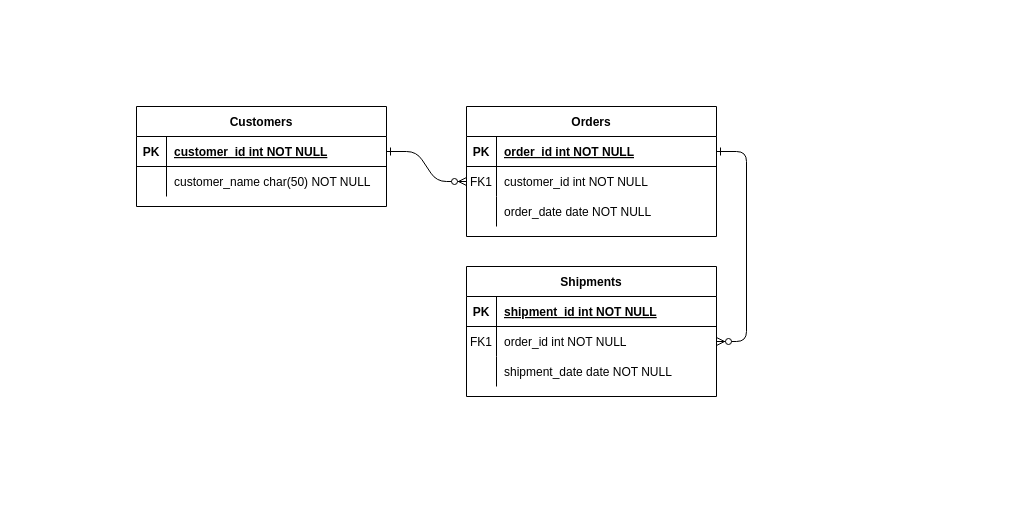
Before: Untitled Diagram.drawio in RaisaNM/Diamond-Collector-PRG4-eindopdracht, a draw.io diagram. Source tidied: cells renumbered, new cells numbered last; positions are measured from the earlier drawing's top-left corner, leaving out a move shared by most shapes. Both pictures are drawn from the tidied source at 100%, with x=0, y=0 at pixel (136, 106).
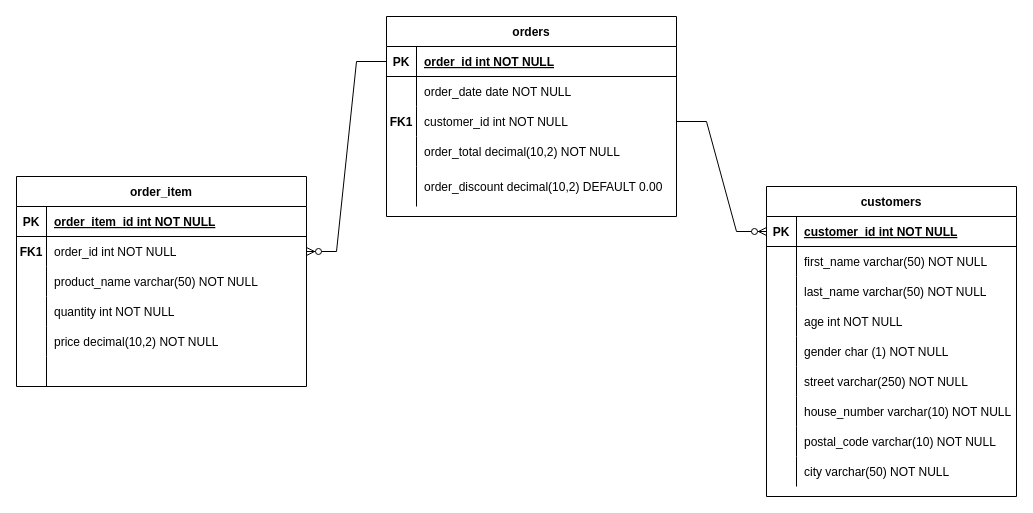
The same page after the edit.

The change refers to these unchanged cells:
```xml
<mxCell id="25" style="shape=partialRectangle;fillColor=none;points=[[0,0.5],[1,0.5]];portConstraint=eastwest;top=0;left=0;right=0;bottom=1;" parent="24" vertex="1">
  <mxGeometry y="30" width="250" height="30" as="geometry" />
</mxCell>
<mxCell id="28" style="shape=partialRectangle;fillColor=none;top=0;left=0;right=0;bottom=0;" parent="24" vertex="1">
  <mxGeometry y="60" width="250" height="30" as="geometry" />
</mxCell>
```

The edit, as a diff of the source:
```diff
@@
-    <mxCell id="2" style="edgeStyle=entityRelationEdgeStyle;endArrow=ERzeroToMany;startArrow=ERone;endFill=1;startFill=0;" parent="1" edge="1" source="25" target="8">
-      <mxGeometry relative="1" as="geometry" />
-    </mxCell>
-    <mxCell id="3" style="edgeStyle=entityRelationEdgeStyle;endArrow=ERzeroToMany;startArrow=ERone;endFill=1;startFill=0;" parent="1" edge="1" source="5" target="18">
-      <mxGeometry relative="1" as="geometry" />
-    </mxCell>
-    <mxCell id="4" value="Orders" style="shape=table;startSize=30;childLayout=tableLayout;rowLines=0;fontStyle=1;align=center;" parent="1" vertex="1">
-      <mxGeometry x="330" width="250" height="130" as="geometry" />
+    <mxCell id="4" value="orders" style="shape=table;startSize=30;childLayout=tableLayout;rowLines=0;fontStyle=1;align=center;" parent="1" vertex="1">
+      <mxGeometry x="250" y="-90" width="290" height="200" as="geometry" />
     </mxCell>
     <mxCell id="5" style="shape=partialRectangle;fillColor=none;points=[[0,0.5],[1,0.5]];portConstraint=eastwest;top=0;left=0;right=0;bottom=1;" parent="4" vertex="1">
-      <mxGeometry y="30" width="250" height="30" as="geometry" />
+      <mxGeometry y="30" width="290" height="30" as="geometry" />
     </mxCell>
@@
     <mxCell id="7" value="order_id int NOT NULL " style="shape=partialRectangle;overflow=hidden;fillColor=none;top=0;left=0;bottom=0;right=0;align=left;spacingLeft=6;fontStyle=5;" parent="5" vertex="1">
-      <mxGeometry x="30" width="220" height="30" as="geometry" />
+      <mxGeometry x="30" width="260" height="30" as="geometry" />
     </mxCell>
     <mxCell id="8" style="shape=partialRectangle;fillColor=none;points=[[0,0.5],[1,0.5]];portConstraint=eastwest;top=0;left=0;right=0;bottom=0;" parent="4" vertex="1">
-      <mxGeometry y="60" width="250" height="30" as="geometry" />
+      <mxGeometry y="60" width="290" height="30" as="geometry" />
     </mxCell>
-    <mxCell id="9" value="FK1" style="shape=partialRectangle;overflow=hidden;fillColor=none;top=0;left=0;bottom=0;right=0;" parent="8" vertex="1">
+    <mxCell id="9" style="shape=partialRectangle;overflow=hidden;fillColor=none;top=0;left=0;bottom=0;right=0;" parent="8" vertex="1">
       <mxGeometry width="30" height="30" as="geometry" />
     </mxCell>
-    <mxCell id="10" value="customer_id int NOT NULL" style="shape=partialRectangle;overflow=hidden;fillColor=none;top=0;left=0;bottom=0;right=0;align=left;spacingLeft=6;" parent="8" vertex="1">
-      <mxGeometry x="30" width="220" height="30" as="geometry" />
+    <mxCell id="10" value="order_date date NOT NULL" style="shape=partialRectangle;overflow=hidden;fillColor=none;top=0;left=0;bottom=0;right=0;align=left;spacingLeft=6;" parent="8" vertex="1">
+      <mxGeometry x="30" width="260" height="30" as="geometry" />
     </mxCell>
     <mxCell id="11" style="shape=partialRectangle;fillColor=none;points=[[0,0.5],[1,0.5]];portConstraint=eastwest;top=0;left=0;right=0;bottom=0;" parent="4" vertex="1">
-      <mxGeometry y="90" width="250" height="30" as="geometry" />
+      <mxGeometry y="90" width="290" height="30" as="geometry" />
     </mxCell>
-    <mxCell id="12" style="shape=partialRectangle;overflow=hidden;fillColor=none;top=0;left=0;bottom=0;right=0;" parent="11" vertex="1">
+    <mxCell id="12" value="FK1" style="shape=partialRectangle;overflow=hidden;fillColor=none;top=0;left=0;bottom=0;right=0;fontStyle=1;" parent="11" vertex="1">
       <mxGeometry width="30" height="30" as="geometry" />
     </mxCell>
-    <mxCell id="13" value="order_date date NOT NULL" style="shape=partialRectangle;overflow=hidden;fillColor=none;top=0;left=0;bottom=0;right=0;align=left;spacingLeft=6;" parent="11" vertex="1">
-      <mxGeometry x="30" width="220" height="30" as="geometry" />
+    <mxCell id="13" value="customer_id int NOT NULL" style="shape=partialRectangle;overflow=hidden;fillColor=none;top=0;left=0;bottom=0;right=0;align=left;spacingLeft=6;" parent="11" vertex="1">
+      <mxGeometry x="30" width="260" height="30" as="geometry" />
     </mxCell>
+    <mxCell id="31" style="shape=partialRectangle;fillColor=none;top=0;left=0;right=0;bottom=0;" parent="4" vertex="1">
+      <mxGeometry y="120" width="290" height="30" as="geometry" />
+    </mxCell>
+    <mxCell id="32" style="shape=partialRectangle;overflow=hidden;fillColor=none;top=0;left=0;bottom=0;right=0;" parent="31" vertex="1">
+      <mxGeometry width="30" height="30" as="geometry" />
+    </mxCell>
+    <mxCell id="33" value="order_total decimal(10,2) NOT NULL" style="shape=partialRectangle;overflow=hidden;fillColor=none;top=0;left=0;bottom=0;right=0;align=left;spacingLeft=6;" parent="31" vertex="1">
+      <mxGeometry x="30" width="260" height="30" as="geometry" />
+    </mxCell>
+    <mxCell id="34" style="shape=partialRectangle;fillColor=none;top=0;left=0;right=0;bottom=0;" parent="4" vertex="1">
+      <mxGeometry y="150" width="290" height="40" as="geometry" />
+    </mxCell>
+    <mxCell id="35" style="shape=partialRectangle;overflow=hidden;fillColor=none;top=0;left=0;bottom=0;right=0;" parent="34" vertex="1">
+      <mxGeometry width="30" height="40" as="geometry" />
+    </mxCell>
+    <mxCell id="36" value="order_discount decimal(10,2) DEFAULT 0.00" style="shape=partialRectangle;overflow=hidden;fillColor=none;top=0;left=0;bottom=0;right=0;align=left;spacingLeft=6;" parent="34" vertex="1">
+      <mxGeometry x="30" width="260" height="40" as="geometry" />
+    </mxCell>
-    <mxCell id="14" value="Shipments" style="shape=table;startSize=30;childLayout=tableLayout;rowLines=0;fontStyle=1;align=center;" parent="1" vertex="1">
-      <mxGeometry x="330" y="160" width="250" height="130" as="geometry" />
+    <mxCell id="14" value="order_item" style="shape=table;startSize=30;childLayout=tableLayout;rowLines=0;fontStyle=1;align=center;" parent="1" vertex="1">
+      <mxGeometry x="-120" y="70" width="290" height="210" as="geometry" />
     </mxCell>
     <mxCell id="15" style="shape=partialRectangle;fillColor=none;top=0;left=0;right=0;bottom=1;" parent="14" vertex="1">
-      <mxGeometry y="30" width="250" height="30" as="geometry" />
+      <mxGeometry y="30" width="290" height="30" as="geometry" />
     </mxCell>
@@
-    <mxCell id="17" value="shipment_id int NOT NULL " style="shape=partialRectangle;overflow=hidden;fillColor=none;top=0;left=0;bottom=0;right=0;align=left;spacingLeft=6;fontStyle=5;" parent="15" vertex="1">
-      <mxGeometry x="30" width="220" height="30" as="geometry" />
+    <mxCell id="17" value="order_item_id int NOT NULL" style="shape=partialRectangle;overflow=hidden;fillColor=none;top=0;left=0;bottom=0;right=0;align=left;spacingLeft=6;fontStyle=5;" parent="15" vertex="1">
+      <mxGeometry x="30" width="260" height="30" as="geometry" />
     </mxCell>
     <mxCell id="18" style="shape=partialRectangle;fillColor=none;points=[[0,0.5],[1,0.5]];portConstraint=eastwest;top=0;left=0;right=0;bottom=0;" parent="14" vertex="1">
-      <mxGeometry y="60" width="250" height="30" as="geometry" />
+      <mxGeometry y="60" width="290" height="30" as="geometry" />
     </mxCell>
-    <mxCell id="19" value="FK1" style="shape=partialRectangle;overflow=hidden;fillColor=none;top=0;left=0;bottom=0;right=0;" parent="18" vertex="1">
+    <mxCell id="19" value="FK1" style="shape=partialRectangle;overflow=hidden;fillColor=none;top=0;left=0;bottom=0;right=0;fontStyle=1;" parent="18" vertex="1">
       <mxGeometry width="30" height="30" as="geometry" />
     </mxCell>
     <mxCell id="20" value="order_id int NOT NULL" style="shape=partialRectangle;overflow=hidden;fillColor=none;top=0;left=0;bottom=0;right=0;align=left;spacingLeft=6;" parent="18" vertex="1">
-      <mxGeometry x="30" width="220" height="30" as="geometry" />
+      <mxGeometry x="30" width="260" height="30" as="geometry" />
     </mxCell>
     <mxCell id="21" style="shape=partialRectangle;fillColor=none;top=0;left=0;right=0;bottom=0;" parent="14" vertex="1">
-      <mxGeometry y="90" width="250" height="30" as="geometry" />
+      <mxGeometry y="90" width="290" height="30" as="geometry" />
     </mxCell>
@@
-    <mxCell id="23" value="shipment_date date NOT NULL" style="shape=partialRectangle;overflow=hidden;fillColor=none;top=0;left=0;bottom=0;right=0;align=left;spacingLeft=6;" parent="21" vertex="1">
-      <mxGeometry x="30" width="220" height="30" as="geometry" />
+    <mxCell id="23" value="product_name varchar(50) NOT NULL" style="shape=partialRectangle;overflow=hidden;fillColor=none;top=0;left=0;bottom=0;right=0;align=left;spacingLeft=6;" parent="21" vertex="1">
+      <mxGeometry x="30" width="260" height="30" as="geometry" />
     </mxCell>
+    <mxCell id="37" style="shape=partialRectangle;fillColor=none;top=0;left=0;right=0;bottom=0;" parent="14" vertex="1">
+      <mxGeometry y="120" width="290" height="30" as="geometry" />
+    </mxCell>
+    <mxCell id="38" style="shape=partialRectangle;overflow=hidden;fillColor=none;top=0;left=0;bottom=0;right=0;" parent="37" vertex="1">
+      <mxGeometry width="30" height="30" as="geometry" />
+    </mxCell>
+    <mxCell id="39" value="quantity int NOT NULL" style="shape=partialRectangle;overflow=hidden;fillColor=none;top=0;left=0;bottom=0;right=0;align=left;spacingLeft=6;" parent="37" vertex="1">
+      <mxGeometry x="30" width="260" height="30" as="geometry" />
+    </mxCell>
+    <mxCell id="40" style="shape=partialRectangle;fillColor=none;top=0;left=0;right=0;bottom=0;" parent="14" vertex="1">
+      <mxGeometry y="150" width="290" height="30" as="geometry" />
+    </mxCell>
+    <mxCell id="41" style="shape=partialRectangle;overflow=hidden;fillColor=none;top=0;left=0;bottom=0;right=0;" parent="40" vertex="1">
+      <mxGeometry width="30" height="30" as="geometry" />
+    </mxCell>
+    <mxCell id="42" value="price decimal(10,2) NOT NULL" style="shape=partialRectangle;overflow=hidden;fillColor=none;top=0;left=0;bottom=0;right=0;align=left;spacingLeft=6;" parent="40" vertex="1">
+      <mxGeometry x="30" width="260" height="30" as="geometry" />
+    </mxCell>
+    <mxCell id="43" style="shape=partialRectangle;fillColor=none;top=0;left=0;right=0;bottom=0;" parent="14" vertex="1">
+      <mxGeometry y="180" width="290" height="30" as="geometry" />
+    </mxCell>
+    <mxCell id="44" style="shape=partialRectangle;overflow=hidden;fillColor=none;top=0;left=0;bottom=0;right=0;" parent="43" vertex="1">
+      <mxGeometry width="30" height="30" as="geometry" />
+    </mxCell>
+    <mxCell id="45" style="shape=partialRectangle;overflow=hidden;fillColor=none;top=0;left=0;bottom=0;right=0;align=left;spacingLeft=6;" parent="43" vertex="1">
+      <mxGeometry x="30" width="260" height="30" as="geometry" />
+    </mxCell>
-    <mxCell id="24" value="Customers" style="shape=table;startSize=30;childLayout=tableLayout;rowLines=0;fontStyle=1;align=center;" parent="1" vertex="1">
-      <mxGeometry width="250" height="100" as="geometry" />
+    <mxCell id="24" value="customers" style="shape=table;startSize=30;childLayout=tableLayout;rowLines=0;fontStyle=1;align=center;" parent="1" vertex="1">
+      <mxGeometry x="630" y="80" width="250" height="310" as="geometry" />
     </mxCell>
@@
-    <mxCell id="30" value="customer_name char(50) NOT NULL" style="shape=partialRectangle;overflow=hidden;fillColor=none;top=0;left=0;bottom=0;right=0;align=left;spacingLeft=6;" parent="28" vertex="1">
+    <mxCell id="30" value="first_name varchar(50) NOT NULL" style="shape=partialRectangle;overflow=hidden;fillColor=none;top=0;left=0;bottom=0;right=0;align=left;spacingLeft=6;" parent="28" vertex="1">
       <mxGeometry x="30" width="220" height="30" as="geometry" />
     </mxCell>
+    <mxCell id="46" style="shape=partialRectangle;fillColor=none;top=0;left=0;right=0;bottom=0;" parent="24" vertex="1">
+      <mxGeometry y="90" width="250" height="30" as="geometry" />
+    </mxCell>
+    <mxCell id="47" style="shape=partialRectangle;overflow=hidden;fillColor=none;top=0;left=0;bottom=0;right=0;" parent="46" vertex="1">
+      <mxGeometry width="30" height="30" as="geometry" />
+    </mxCell>
+    <mxCell id="48" value="last_name varchar(50) NOT NULL" style="shape=partialRectangle;overflow=hidden;fillColor=none;top=0;left=0;bottom=0;right=0;align=left;spacingLeft=6;" parent="46" vertex="1">
+      <mxGeometry x="30" width="220" height="30" as="geometry" />
+    </mxCell>
+    <mxCell id="49" style="shape=partialRectangle;fillColor=none;top=0;left=0;right=0;bottom=0;" parent="24" vertex="1">
+      <mxGeometry y="120" width="250" height="30" as="geometry" />
+    </mxCell>
+    <mxCell id="50" style="shape=partialRectangle;overflow=hidden;fillColor=none;top=0;left=0;bottom=0;right=0;" parent="49" vertex="1">
+      <mxGeometry width="30" height="30" as="geometry" />
+    </mxCell>
+    <mxCell id="51" value="age int NOT NULL" style="shape=partialRectangle;overflow=hidden;fillColor=none;top=0;left=0;bottom=0;right=0;align=left;spacingLeft=6;" parent="49" vertex="1">
+      <mxGeometry x="30" width="220" height="30" as="geometry" />
+    </mxCell>
+    <mxCell id="52" style="shape=partialRectangle;fillColor=none;top=0;left=0;right=0;bottom=0;" parent="24" vertex="1">
+      <mxGeometry y="150" width="250" height="30" as="geometry" />
+    </mxCell>
+    <mxCell id="53" style="shape=partialRectangle;overflow=hidden;fillColor=none;top=0;left=0;bottom=0;right=0;" parent="52" vertex="1">
+      <mxGeometry width="30" height="30" as="geometry" />
+    </mxCell>
+    <mxCell id="54" value="gender char (1) NOT NULL" style="shape=partialRectangle;overflow=hidden;fillColor=none;top=0;left=0;bottom=0;right=0;align=left;spacingLeft=6;" parent="52" vertex="1">
+      <mxGeometry x="30" width="220" height="30" as="geometry" />
+    </mxCell>
+    <mxCell id="55" style="shape=partialRectangle;fillColor=none;top=0;left=0;right=0;bottom=0;" parent="24" vertex="1">
+      <mxGeometry y="180" width="250" height="30" as="geometry" />
+    </mxCell>
+    <mxCell id="56" style="shape=partialRectangle;overflow=hidden;fillColor=none;top=0;left=0;bottom=0;right=0;" parent="55" vertex="1">
+      <mxGeometry width="30" height="30" as="geometry" />
+    </mxCell>
+    <mxCell id="57" value="street varchar(250) NOT NULL" style="shape=partialRectangle;overflow=hidden;fillColor=none;top=0;left=0;bottom=0;right=0;align=left;spacingLeft=6;" parent="55" vertex="1">
+      <mxGeometry x="30" width="220" height="30" as="geometry" />
+    </mxCell>
+    <mxCell id="58" style="shape=partialRectangle;fillColor=none;top=0;left=0;right=0;bottom=0;" parent="24" vertex="1">
+      <mxGeometry y="210" width="250" height="30" as="geometry" />
+    </mxCell>
+    <mxCell id="59" style="shape=partialRectangle;overflow=hidden;fillColor=none;top=0;left=0;bottom=0;right=0;" parent="58" vertex="1">
+      <mxGeometry width="30" height="30" as="geometry" />
+    </mxCell>
+    <mxCell id="60" value="house_number varchar(10) NOT NULL" style="shape=partialRectangle;overflow=hidden;fillColor=none;top=0;left=0;bottom=0;right=0;align=left;spacingLeft=6;" parent="58" vertex="1">
+      <mxGeometry x="30" width="220" height="30" as="geometry" />
+    </mxCell>
+    <mxCell id="61" style="shape=partialRectangle;fillColor=none;top=0;left=0;right=0;bottom=0;" parent="24" vertex="1">
+      <mxGeometry y="240" width="250" height="30" as="geometry" />
+    </mxCell>
+    <mxCell id="62" style="shape=partialRectangle;overflow=hidden;fillColor=none;top=0;left=0;bottom=0;right=0;" parent="61" vertex="1">
+      <mxGeometry width="30" height="30" as="geometry" />
+    </mxCell>
+    <mxCell id="63" value="postal_code varchar(10) NOT NULL" style="shape=partialRectangle;overflow=hidden;fillColor=none;top=0;left=0;bottom=0;right=0;align=left;spacingLeft=6;" parent="61" vertex="1">
+      <mxGeometry x="30" width="220" height="30" as="geometry" />
+    </mxCell>
+    <mxCell id="64" style="shape=partialRectangle;fillColor=none;top=0;left=0;right=0;bottom=0;" parent="24" vertex="1">
+      <mxGeometry y="270" width="250" height="30" as="geometry" />
+    </mxCell>
+    <mxCell id="65" style="shape=partialRectangle;overflow=hidden;fillColor=none;top=0;left=0;bottom=0;right=0;" parent="64" vertex="1">
+      <mxGeometry width="30" height="30" as="geometry" />
+    </mxCell>
+    <mxCell id="66" value="city varchar(50) NOT NULL" style="shape=partialRectangle;overflow=hidden;fillColor=none;top=0;left=0;bottom=0;right=0;align=left;spacingLeft=6;" parent="64" vertex="1">
+      <mxGeometry x="30" width="220" height="30" as="geometry" />
+    </mxCell>
+    <mxCell id="3" style="edgeStyle=entityRelationEdgeStyle;fontSize=12;html=1;endArrow=ERzeroToMany;endFill=1;rounded=0;exitX=0;exitY=0.5;exitDx=0;exitDy=0;entryX=1;entryY=0.5;entryDx=0;entryDy=0;" parent="1" edge="1" source="5" target="18">
+      <mxGeometry relative="1" as="geometry" />
+    </mxCell>
+    <mxCell id="67" style="edgeStyle=entityRelationEdgeStyle;fontSize=12;html=1;endArrow=ERzeroToMany;endFill=1;rounded=0;exitX=1;exitY=0.5;exitDx=0;exitDy=0;entryX=0;entryY=0.5;entryDx=0;entryDy=0;" parent="1" edge="1" source="11" target="25">
+      <mxGeometry relative="1" as="geometry" />
+    </mxCell>
```
